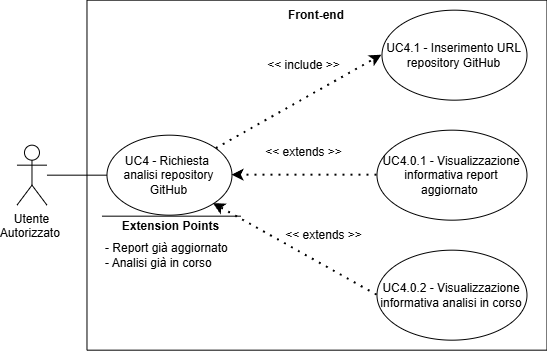
SkarabGroup/DocumentazioneProgetto keeps this draw.io diagram as assets/diagrams/UC4.png. Above is the earlier version. Source tidied: cells renumbered, new cells last; positions are measured from the earlier drawing's top-left corner, leaving out a move shared by most shapes.
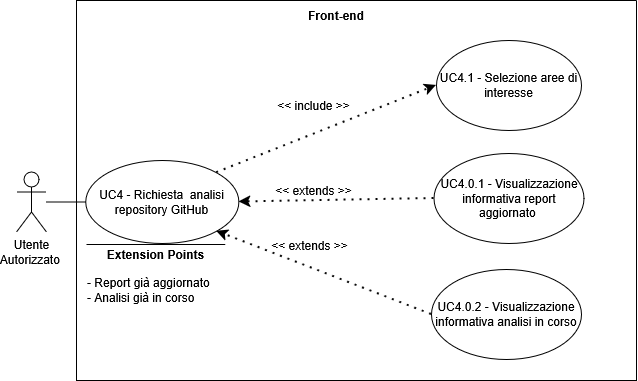
After the commit.

Diff of the diagram source:
```diff
@@ -3,56 +3,56 @@
     <mxCell id="0" />
     <mxCell id="1" parent="0" />
     <mxCell id="2" value="&lt;div&gt;Utente&lt;/div&gt;&lt;div&gt;Autorizzato&amp;nbsp;&lt;/div&gt;" style="shape=umlActor;verticalLabelPosition=bottom;verticalAlign=top;html=1;outlineConnect=0;" parent="1" vertex="1">
-      <mxGeometry x="0.5" y="144.7" width="30" height="60" as="geometry" />
+      <mxGeometry x="-511" y="-201.5" width="30" height="60" as="geometry" />
     </mxCell>
     <mxCell id="3" style="swimlane;startSize=0;" parent="1" vertex="1">
-      <mxGeometry x="70.5" y="-0.3" width="460" height="350" as="geometry" />
+      <mxGeometry x="-451" y="-373" width="560" height="380" as="geometry" />
     </mxCell>
     <mxCell id="4" value="UC4 - Richiesta&amp;nbsp; analisi repository GitHub" style="ellipse;whiteSpace=wrap;html=1;" parent="3" vertex="1">
-      <mxGeometry x="20" y="135" width="125" height="80" as="geometry" />
+      <mxGeometry x="9.4" y="160" width="153.1" height="83" as="geometry" />
     </mxCell>
-    <mxCell id="5" value="UC4.1 - Inserimento URL repository GitHub" style="ellipse;whiteSpace=wrap;html=1;" parent="3" vertex="1">
-      <mxGeometry x="295" y="10" width="145" height="90" as="geometry" />
-    </mxCell>
-    <mxCell id="6" style="endArrow=classic;dashed=1;html=1;dashPattern=1 3;strokeWidth=2;rounded=0;entryX=0;entryY=0.5;entryDx=0;entryDy=0;strokeColor=default;curved=0;endFill=1;endSize=6;" parent="3" edge="1" source="4" target="5">
-      <mxGeometry relative="1" as="geometry" />
-    </mxCell>
     <mxCell id="7" value="&amp;lt;&amp;lt; extends &amp;gt;&amp;gt;" style="text;html=1;whiteSpace=wrap;strokeColor=none;fillColor=none;align=center;verticalAlign=middle;rounded=0;" parent="3" vertex="1">
-      <mxGeometry x="170" y="137.3" width="95" height="30" as="geometry" />
+      <mxGeometry x="190" y="175" width="95" height="30" as="geometry" />
     </mxCell>
     <mxCell id="8" value="UC4.0.1 - Visualizzazione informativa report aggiornato&amp;nbsp;" style="ellipse;whiteSpace=wrap;html=1;" parent="3" vertex="1">
-      <mxGeometry x="290" y="130" width="150" height="90" as="geometry" />
+      <mxGeometry x="357.5" y="153" width="150" height="90" as="geometry" />
     </mxCell>
     <mxCell id="9" style="endArrow=classic;dashed=1;html=1;dashPattern=1 3;strokeWidth=2;rounded=0;exitX=0;exitY=0.5;exitDx=0;exitDy=0;strokeColor=default;curved=0;endFill=1;endSize=6;entryX=1;entryY=0.5;entryDx=0;entryDy=0;" parent="3" edge="1" source="8" target="4">
       <mxGeometry relative="1" as="geometry" />
     </mxCell>
     <mxCell id="10" value="&amp;lt;&amp;lt; extends &amp;gt;&amp;gt;" style="text;html=1;whiteSpace=wrap;strokeColor=none;fillColor=none;align=center;verticalAlign=middle;rounded=0;" parent="3" vertex="1">
-      <mxGeometry x="190" y="220" width="95" height="30" as="geometry" />
+      <mxGeometry x="186" y="230" width="95" height="30" as="geometry" />
     </mxCell>
     <mxCell id="11" value="UC4.0.2 - Visualizzazione informativa analisi in corso" style="ellipse;whiteSpace=wrap;html=1;" parent="3" vertex="1">
-      <mxGeometry x="290" y="250" width="150" height="90" as="geometry" />
+      <mxGeometry x="355" y="269" width="150" height="90" as="geometry" />
     </mxCell>
     <mxCell id="12" style="endArrow=classic;dashed=1;html=1;dashPattern=1 3;strokeWidth=2;rounded=0;entryX=1;entryY=1;entryDx=0;entryDy=0;strokeColor=default;curved=0;endFill=1;endSize=6;exitX=0;exitY=0.5;exitDx=0;exitDy=0;" parent="3" edge="1" source="11" target="4">
       <mxGeometry relative="1" as="geometry" />
     </mxCell>
-    <mxCell id="13" value="&amp;lt;&amp;lt; include &amp;gt;&amp;gt;" style="text;html=1;whiteSpace=wrap;strokeColor=none;fillColor=none;align=center;verticalAlign=middle;rounded=0;" parent="3" vertex="1">
-      <mxGeometry x="170" y="50" width="95" height="30" as="geometry" />
-    </mxCell>
     <mxCell id="14" value="Front-end" style="text;html=1;whiteSpace=wrap;strokeColor=none;fillColor=none;align=center;verticalAlign=middle;rounded=0;perimeterSpacing=1;fontStyle=1;" parent="3" vertex="1">
-      <mxGeometry x="190" width="80" height="30" as="geometry" />
+      <mxGeometry x="220" width="80" height="30" as="geometry" />
     </mxCell>
     <mxCell id="15" style="endArrow=none;html=1;rounded=0;" parent="3" edge="1">
       <mxGeometry relative="1" as="geometry">
-        <mxPoint x="153.8" y="216" as="sourcePoint" />
-        <mxPoint x="15" y="216" as="targetPoint" />
+        <mxPoint x="148.8" y="244" as="sourcePoint" />
+        <mxPoint x="10" y="244" as="targetPoint" />
       </mxGeometry>
     </mxCell>
     <mxCell id="16" value="&lt;b&gt;Extension Points&lt;/b&gt;" style="text;html=1;whiteSpace=wrap;strokeColor=none;fillColor=none;align=center;verticalAlign=middle;rounded=0;strokeWidth=5;" parent="3" vertex="1">
-      <mxGeometry x="26.9" y="211" width="115" height="30" as="geometry" />
+      <mxGeometry x="21.9" y="239" width="115" height="30" as="geometry" />
     </mxCell>
     <mxCell id="17" value="&lt;div&gt;- Report già aggiornato&lt;/div&gt;&lt;div&gt;- Analisi già in corso&lt;/div&gt;" style="text;html=1;whiteSpace=wrap;strokeColor=none;fillColor=none;align=left;verticalAlign=middle;rounded=0;" parent="3" vertex="1">
-      <mxGeometry x="17" y="215" width="140" height="80" as="geometry" />
+      <mxGeometry x="9.4" y="250" width="140" height="80" as="geometry" />
     </mxCell>
+    <mxCell id="19" value="UC4.1 - Selezione aree di interesse" style="ellipse;whiteSpace=wrap;html=1;" parent="3" vertex="1">
+      <mxGeometry x="360" y="40" width="145" height="90" as="geometry" />
+    </mxCell>
+    <mxCell id="20" style="endArrow=classic;dashed=1;html=1;dashPattern=1 3;strokeWidth=2;rounded=0;entryX=0;entryY=0.5;entryDx=0;entryDy=0;strokeColor=default;curved=0;endFill=1;endSize=6;exitX=1;exitY=0;exitDx=0;exitDy=0;" parent="3" edge="1" source="4" target="19">
+      <mxGeometry relative="1" as="geometry" />
+    </mxCell>
+    <mxCell id="13" value="&amp;lt;&amp;lt; include &amp;gt;&amp;gt;" style="text;html=1;whiteSpace=wrap;strokeColor=none;fillColor=none;align=center;verticalAlign=middle;rounded=0;" parent="3" vertex="1">
+      <mxGeometry x="190" y="90" width="95" height="30" as="geometry" />
+    </mxCell>
     <mxCell id="18" style="endArrow=none;html=1;rounded=0;entryX=0;entryY=0.5;entryDx=0;entryDy=0;" parent="1" edge="1" source="2" target="4">
       <mxGeometry relative="1" as="geometry" />
     </mxCell>
```
